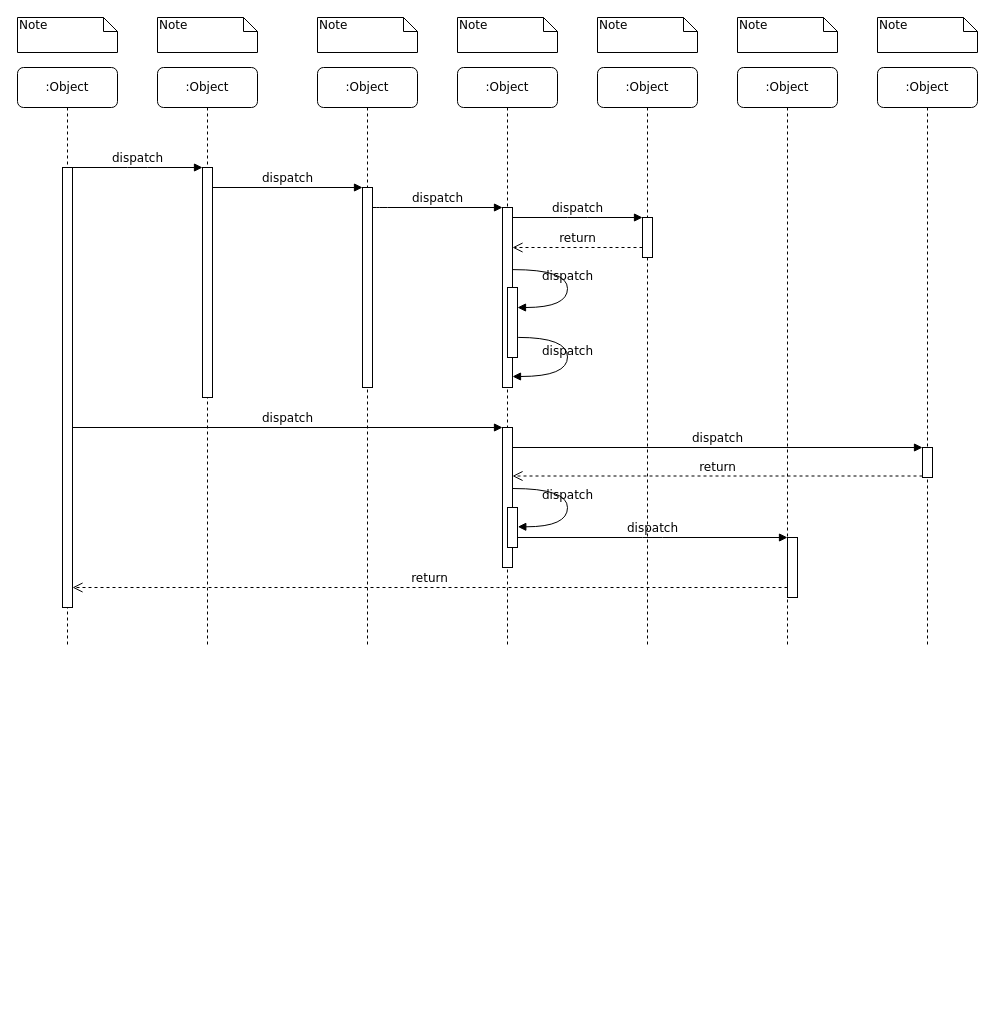
The draw.io diagram harvester-auth.drawio in aiwantaozi/draw, before the edit. Source tidied: cells renumbered, new cells numbered last; positions are measured from the earlier drawing's top-left corner, leaving out a move shared by most shapes. Both pictures are drawn from the tidied source at 100%, with x=0, y=0 at pixel (17, 17).
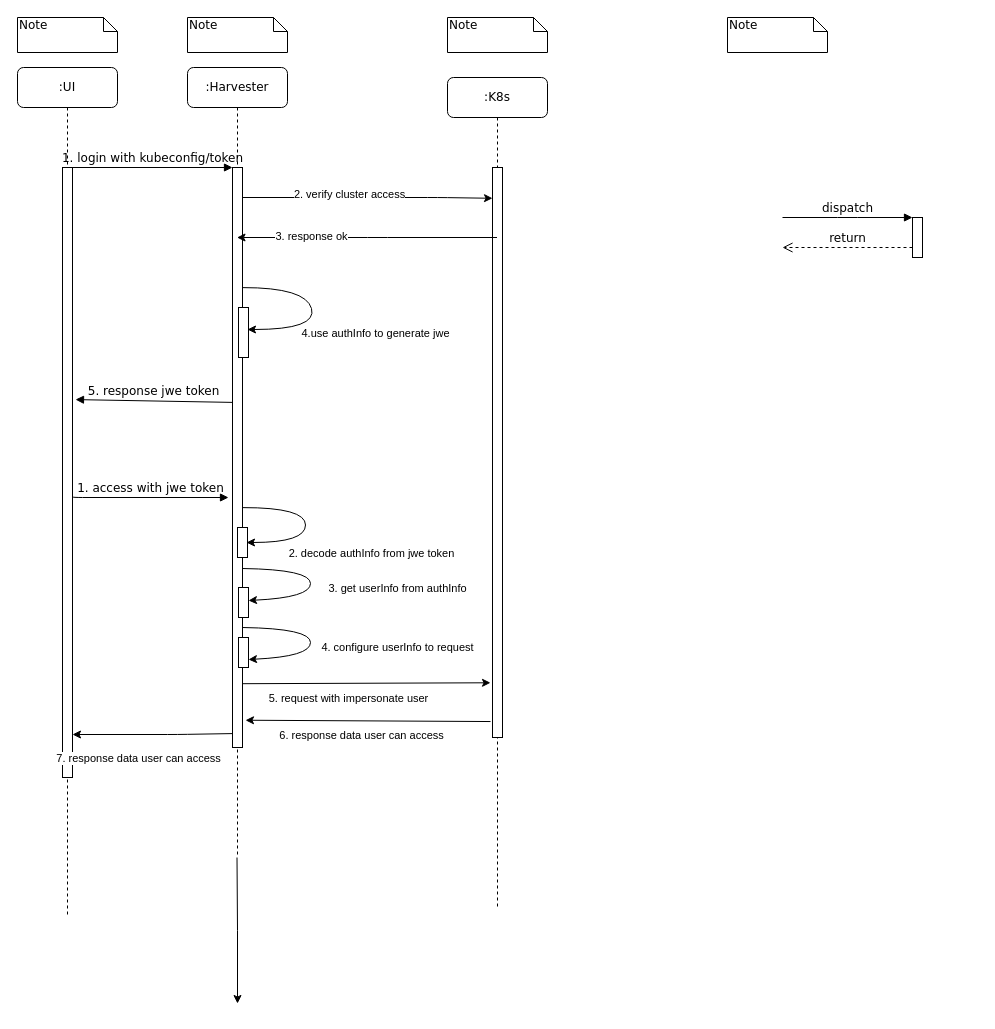
After the change.

The edit, as a diff of the source:
```diff
@@
+    <mxCell id="39" style="edgeStyle=orthogonalEdgeStyle;rounded=0;jettySize=auto;html=1;" parent="1" edge="1" source="2">
+      <mxGeometry relative="1" as="geometry">
+        <mxPoint x="220" y="986" as="targetPoint" />
+      </mxGeometry>
+    </mxCell>
-    <mxCell id="2" value=":Object" style="shape=umlLifeline;perimeter=lifelinePerimeter;whiteSpace=wrap;html=1;outlineConnect=0;rounded=1;shadow=0;comic=0;labelBackgroundColor=none;strokeWidth=1;fontFamily=Verdana;fontSize=12;align=center;" parent="1" vertex="1">
-      <mxGeometry x="140" y="50" width="100" height="580" as="geometry" />
+    <mxCell id="2" value=":Harvester" style="shape=umlLifeline;perimeter=lifelinePerimeter;whiteSpace=wrap;html=1;outlineConnect=0;rounded=1;shadow=0;comic=0;labelBackgroundColor=none;strokeWidth=1;fontFamily=Verdana;fontSize=12;align=center;" parent="1" vertex="1">
+      <mxGeometry x="170" y="50" width="100" height="790" as="geometry" />
     </mxCell>
     <mxCell id="3" style="html=1;points=[];perimeter=orthogonalPerimeter;rounded=0;shadow=0;comic=0;labelBackgroundColor=none;strokeWidth=1;fontFamily=Verdana;fontSize=12;align=center;" parent="2" vertex="1">
-      <mxGeometry x="45" y="100" width="10" height="230" as="geometry" />
+      <mxGeometry x="45" y="100" width="10" height="580" as="geometry" />
     </mxCell>
+    <mxCell id="40" style="html=1;perimeter=orthogonalPerimeter;rounded=0;shadow=0;comic=0;labelBackgroundColor=none;strokeWidth=1;fontFamily=Verdana;fontSize=12;align=center;" parent="2" vertex="1">
+      <mxGeometry x="51" y="240" width="10" height="50" as="geometry" />
+    </mxCell>
+    <mxCell id="41" style="html=1;perimeter=orthogonalPerimeter;rounded=0;shadow=0;comic=0;labelBackgroundColor=none;strokeWidth=1;fontFamily=Verdana;fontSize=12;align=center;" parent="2" vertex="1">
+      <mxGeometry x="51" y="570" width="10" height="30" as="geometry" />
+    </mxCell>
+    <mxCell id="42" style="html=1;points=[];perimeter=orthogonalPerimeter;rounded=0;shadow=0;comic=0;labelBackgroundColor=none;strokeWidth=1;fontFamily=Verdana;fontSize=12;align=center;" parent="2" vertex="1">
+      <mxGeometry x="51" y="520" width="10" height="30" as="geometry" />
+    </mxCell>
-    <mxCell id="4" value=":Object" style="shape=umlLifeline;perimeter=lifelinePerimeter;whiteSpace=wrap;html=1;outlineConnect=0;rounded=1;shadow=0;comic=0;labelBackgroundColor=none;strokeWidth=1;fontFamily=Verdana;fontSize=12;align=center;" parent="1" vertex="1">
-      <mxGeometry x="300" y="50" width="100" height="580" as="geometry" />
+    <mxCell id="4" value=":K8s" style="shape=umlLifeline;perimeter=lifelinePerimeter;whiteSpace=wrap;html=1;outlineConnect=0;rounded=1;shadow=0;comic=0;labelBackgroundColor=none;strokeWidth=1;fontFamily=Verdana;fontSize=12;align=center;" parent="1" vertex="1">
+      <mxGeometry x="430" y="60" width="100" height="830" as="geometry" />
     </mxCell>
     <mxCell id="5" style="html=1;points=[];perimeter=orthogonalPerimeter;rounded=0;shadow=0;comic=0;labelBackgroundColor=none;strokeWidth=1;fontFamily=Verdana;fontSize=12;align=center;" parent="4" vertex="1">
-      <mxGeometry x="45" y="120" width="10" height="200" as="geometry" />
+      <mxGeometry x="45" y="90" width="10" height="570" as="geometry" />
     </mxCell>
-    <mxCell id="6" value=":Object" style="shape=umlLifeline;perimeter=lifelinePerimeter;whiteSpace=wrap;html=1;rounded=1;shadow=0;comic=0;labelBackgroundColor=none;strokeWidth=1;fontFamily=Verdana;fontSize=12;align=center;" parent="1" vertex="1">
-      <mxGeometry x="440" y="50" width="100" height="580" as="geometry" />
-    </mxCell>
-    <mxCell id="7" value=":Object" style="shape=umlLifeline;perimeter=lifelinePerimeter;whiteSpace=wrap;html=1;rounded=1;shadow=0;comic=0;labelBackgroundColor=none;strokeWidth=1;fontFamily=Verdana;fontSize=12;align=center;" parent="1" vertex="1">
-      <mxGeometry x="580" y="50" width="100" height="580" as="geometry" />
-    </mxCell>
-    <mxCell id="8" value=":Object" style="shape=umlLifeline;perimeter=lifelinePerimeter;whiteSpace=wrap;html=1;rounded=1;shadow=0;comic=0;labelBackgroundColor=none;strokeWidth=1;fontFamily=Verdana;fontSize=12;align=center;" parent="1" vertex="1">
-      <mxGeometry x="720" y="50" width="100" height="580" as="geometry" />
-    </mxCell>
-    <mxCell id="9" value=":Object" style="shape=umlLifeline;perimeter=lifelinePerimeter;whiteSpace=wrap;html=1;rounded=1;shadow=0;comic=0;labelBackgroundColor=none;strokeWidth=1;fontFamily=Verdana;fontSize=12;align=center;" parent="1" vertex="1">
-      <mxGeometry x="860" y="50" width="100" height="580" as="geometry" />
-    </mxCell>
-    <mxCell id="10" value=":Object" style="shape=umlLifeline;perimeter=lifelinePerimeter;whiteSpace=wrap;html=1;rounded=1;shadow=0;comic=0;labelBackgroundColor=none;strokeWidth=1;fontFamily=Verdana;fontSize=12;align=center;" parent="1" vertex="1">
-      <mxGeometry y="50" width="100" height="580" as="geometry" />
+    <mxCell id="10" value=":UI" style="shape=umlLifeline;perimeter=lifelinePerimeter;whiteSpace=wrap;html=1;rounded=1;shadow=0;comic=0;labelBackgroundColor=none;strokeWidth=1;fontFamily=Verdana;fontSize=12;align=center;" parent="1" vertex="1">
+      <mxGeometry y="50" width="100" height="850" as="geometry" />
     </mxCell>
     <mxCell id="11" style="html=1;points=[];perimeter=orthogonalPerimeter;rounded=0;shadow=0;comic=0;labelBackgroundColor=none;strokeWidth=1;fontFamily=Verdana;fontSize=12;align=center;" parent="10" vertex="1">
-      <mxGeometry x="45" y="100" width="10" height="440" as="geometry" />
+      <mxGeometry x="45" y="100" width="10" height="610" as="geometry" />
     </mxCell>
-    <mxCell id="12" style="html=1;points=[];perimeter=orthogonalPerimeter;rounded=0;shadow=0;comic=0;labelBackgroundColor=none;strokeWidth=1;fontFamily=Verdana;fontSize=12;align=center;" parent="1" vertex="1">
-      <mxGeometry x="485" y="190" width="10" height="180" as="geometry" />
-    </mxCell>
-    <mxCell id="13" value="dispatch" style="html=1;verticalAlign=bottom;endArrow=block;labelBackgroundColor=none;fontFamily=Verdana;fontSize=12;edgeStyle=elbowEdgeStyle;elbow=vertical;" parent="1" edge="1" source="5" target="12">
-      <mxGeometry relative="1" as="geometry">
-        <Array as="points">
-          <mxPoint x="360" y="190" />
-        </Array>
-      </mxGeometry>
-    </mxCell>
     <mxCell id="14" style="html=1;points=[];perimeter=orthogonalPerimeter;rounded=0;shadow=0;comic=0;labelBackgroundColor=none;strokeWidth=1;fontFamily=Verdana;fontSize=12;align=center;" parent="1" vertex="1">
-      <mxGeometry x="625" y="200" width="10" height="40" as="geometry" />
+      <mxGeometry x="895" y="200" width="10" height="40" as="geometry" />
     </mxCell>
-    <mxCell id="15" value="dispatch" style="html=1;verticalAlign=bottom;endArrow=block;entryX=0;entryY=0;labelBackgroundColor=none;fontFamily=Verdana;fontSize=12;edgeStyle=elbowEdgeStyle;elbow=vertical;" parent="1" edge="1" source="12" target="14">
-      <mxGeometry relative="1" as="geometry" />
+    <mxCell id="15" value="dispatch" style="html=1;verticalAlign=bottom;endArrow=block;entryX=0;entryY=0;labelBackgroundColor=none;fontFamily=Verdana;fontSize=12;edgeStyle=elbowEdgeStyle;elbow=vertical;" parent="1" edge="1" target="14">
+      <mxGeometry relative="1" as="geometry">
+        <mxPoint x="765" y="200" as="sourcePoint" />
+      </mxGeometry>
     </mxCell>
-    <mxCell id="16" value="return" style="html=1;verticalAlign=bottom;endArrow=open;dashed=1;endSize=8;labelBackgroundColor=none;fontFamily=Verdana;fontSize=12;edgeStyle=elbowEdgeStyle;elbow=vertical;" parent="1" edge="1" source="14" target="12">
+    <mxCell id="16" value="return" style="html=1;verticalAlign=bottom;endArrow=open;dashed=1;endSize=8;labelBackgroundColor=none;fontFamily=Verdana;fontSize=12;edgeStyle=elbowEdgeStyle;elbow=vertical;" parent="1" edge="1" source="14">
       <mxGeometry relative="1" as="geometry">
+        <mxPoint x="765" y="230" as="targetPoint" />
         <Array as="points">
-          <mxPoint x="570" y="230" />
-          <mxPoint x="600" y="230" />
+          <mxPoint x="840" y="230" />
+          <mxPoint x="870" y="230" />
         </Array>
       </mxGeometry>
     </mxCell>
-    <mxCell id="17" style="html=1;points=[];perimeter=orthogonalPerimeter;rounded=0;shadow=0;comic=0;labelBackgroundColor=none;strokeWidth=1;fontFamily=Verdana;fontSize=12;align=center;" parent="1" vertex="1">
-      <mxGeometry x="485" y="410" width="10" height="140" as="geometry" />
-    </mxCell>
-    <mxCell id="18" value="dispatch" style="html=1;verticalAlign=bottom;endArrow=block;entryX=0;entryY=0;labelBackgroundColor=none;fontFamily=Verdana;fontSize=12;" parent="1" edge="1" source="11" target="17">
-      <mxGeometry relative="1" as="geometry" />
+    <mxCell id="18" value="5. response jwe token" style="html=1;verticalAlign=bottom;endArrow=block;labelBackgroundColor=none;fontFamily=Verdana;fontSize=12;entryX=1.3;entryY=0.53;entryDx=0;entryDy=0;entryPerimeter=0;exitX=0;exitY=0.405;exitDx=0;exitDy=0;exitPerimeter=0;" parent="1" edge="1" source="3">
+      <mxGeometry relative="1" as="geometry">
+        <mxPoint x="58" y="382.1" as="targetPoint" />
+      </mxGeometry>
     </mxCell>
-    <mxCell id="19" style="html=1;points=[];perimeter=orthogonalPerimeter;rounded=0;shadow=0;comic=0;labelBackgroundColor=none;strokeColor=#000000;strokeWidth=1;fillColor=#FFFFFF;fontFamily=Verdana;fontSize=12;fontColor=#000000;align=center;" parent="1" vertex="1">
-      <mxGeometry x="905" y="430" width="10" height="30" as="geometry" />
-    </mxCell>
-    <mxCell id="20" value="dispatch" style="html=1;verticalAlign=bottom;endArrow=block;entryX=0;entryY=0;labelBackgroundColor=none;fontFamily=Verdana;fontSize=12;" parent="1" edge="1" source="17" target="19">
-      <mxGeometry relative="1" as="geometry" />
-    </mxCell>
-    <mxCell id="21" value="return" style="html=1;verticalAlign=bottom;endArrow=open;dashed=1;endSize=8;exitX=0;exitY=0.95;labelBackgroundColor=none;fontFamily=Verdana;fontSize=12;" parent="1" edge="1" source="19" target="17">
-      <mxGeometry relative="1" as="geometry" />
-    </mxCell>
-    <mxCell id="22" style="html=1;points=[];perimeter=orthogonalPerimeter;rounded=0;shadow=0;comic=0;labelBackgroundColor=none;strokeWidth=1;fontFamily=Verdana;fontSize=12;align=center;" parent="1" vertex="1">
-      <mxGeometry x="770" y="520" width="10" height="60" as="geometry" />
-    </mxCell>
-    <mxCell id="23" value="dispatch" style="html=1;verticalAlign=bottom;endArrow=block;entryX=0;entryY=0;labelBackgroundColor=none;fontFamily=Verdana;fontSize=12;edgeStyle=elbowEdgeStyle;elbow=vertical;" parent="1" edge="1" source="30" target="22">
-      <mxGeometry relative="1" as="geometry" />
-    </mxCell>
-    <mxCell id="24" value="return" style="html=1;verticalAlign=bottom;endArrow=open;dashed=1;endSize=8;labelBackgroundColor=none;fontFamily=Verdana;fontSize=12;edgeStyle=elbowEdgeStyle;elbow=vertical;" parent="1" edge="1" source="22" target="11">
-      <mxGeometry relative="1" as="geometry">
-        <Array as="points">
-          <mxPoint x="470" y="570" />
-        </Array>
-      </mxGeometry>
-    </mxCell>
-    <mxCell id="25" value="dispatch" style="html=1;verticalAlign=bottom;endArrow=block;entryX=0;entryY=0;labelBackgroundColor=none;fontFamily=Verdana;fontSize=12;edgeStyle=elbowEdgeStyle;elbow=vertical;" parent="1" edge="1" source="11" target="3">
+    <mxCell id="25" value="1. login with kubeconfig/token" style="html=1;verticalAlign=bottom;endArrow=block;entryX=0;entryY=0;labelBackgroundColor=none;fontFamily=Verdana;fontSize=12;edgeStyle=elbowEdgeStyle;elbow=vertical;" parent="1" edge="1" source="11" target="3">
       <mxGeometry relative="1" as="geometry" />
     </mxCell>
-    <mxCell id="26" value="dispatch" style="html=1;verticalAlign=bottom;endArrow=block;entryX=0;entryY=0;labelBackgroundColor=none;fontFamily=Verdana;fontSize=12;edgeStyle=elbowEdgeStyle;elbow=vertical;" parent="1" edge="1" source="3" target="5">
-      <mxGeometry relative="1" as="geometry" />
-    </mxCell>
-    <mxCell id="27" style="html=1;points=[];perimeter=orthogonalPerimeter;rounded=0;shadow=0;comic=0;labelBackgroundColor=none;strokeWidth=1;fontFamily=Verdana;fontSize=12;align=center;" parent="1" vertex="1">
-      <mxGeometry x="490" y="270" width="10" height="70" as="geometry" />
-    </mxCell>
-    <mxCell id="28" value="dispatch" style="html=1;verticalAlign=bottom;endArrow=block;labelBackgroundColor=none;fontFamily=Verdana;fontSize=12;elbow=vertical;edgeStyle=orthogonalEdgeStyle;curved=1;entryX=1;entryY=0.286;entryPerimeter=0;exitX=1.038;exitY=0.345;exitPerimeter=0;" parent="1" edge="1" source="12" target="27">
-      <mxGeometry relative="1" as="geometry">
-        <Array as="points">
-          <mxPoint x="550" y="252" />
-          <mxPoint x="550" y="290" />
-        </Array>
-      </mxGeometry>
-    </mxCell>
-    <mxCell id="29" value="dispatch" style="html=1;verticalAlign=bottom;endArrow=block;labelBackgroundColor=none;fontFamily=Verdana;fontSize=12;elbow=vertical;edgeStyle=orthogonalEdgeStyle;curved=1;exitX=1.066;exitY=0.713;exitPerimeter=0;" parent="1" edge="1" source="27">
-      <mxGeometry relative="1" as="geometry">
-        <mxPoint x="495" y="359" as="targetPoint" />
-        <Array as="points">
-          <mxPoint x="550" y="320" />
-          <mxPoint x="550" y="359" />
-        </Array>
-      </mxGeometry>
-    </mxCell>
-    <mxCell id="30" style="html=1;points=[];perimeter=orthogonalPerimeter;rounded=0;shadow=0;comic=0;labelBackgroundColor=none;strokeWidth=1;fontFamily=Verdana;fontSize=12;align=center;" parent="1" vertex="1">
-      <mxGeometry x="490" y="490" width="10" height="40" as="geometry" />
-    </mxCell>
-    <mxCell id="31" value="dispatch" style="html=1;verticalAlign=bottom;endArrow=block;labelBackgroundColor=none;fontFamily=Verdana;fontSize=12;elbow=vertical;edgeStyle=orthogonalEdgeStyle;curved=1;entryX=1;entryY=0.286;entryPerimeter=0;exitX=1.038;exitY=0.345;exitPerimeter=0;" parent="1" edge="1">
-      <mxGeometry relative="1" as="geometry">
-        <mxPoint x="495.3" y="471" as="sourcePoint" />
-        <mxPoint x="500.3" y="509.3" as="targetPoint" />
-        <Array as="points">
-          <mxPoint x="550" y="471" />
-          <mxPoint x="550" y="509" />
-        </Array>
-      </mxGeometry>
-    </mxCell>
@@
     <mxCell id="33" value="Note" style="shape=note;whiteSpace=wrap;html=1;size=14;verticalAlign=top;align=left;spacingTop=-6;rounded=0;shadow=0;comic=0;labelBackgroundColor=none;strokeWidth=1;fontFamily=Verdana;fontSize=12;" parent="1" vertex="1">
-      <mxGeometry x="140" width="100" height="35" as="geometry" />
+      <mxGeometry x="170" width="100" height="35" as="geometry" />
     </mxCell>
     <mxCell id="34" value="Note" style="shape=note;whiteSpace=wrap;html=1;size=14;verticalAlign=top;align=left;spacingTop=-6;rounded=0;shadow=0;comic=0;labelBackgroundColor=none;strokeWidth=1;fontFamily=Verdana;fontSize=12;" parent="1" vertex="1">
-      <mxGeometry x="300" width="100" height="35" as="geometry" />
+      <mxGeometry x="430" width="100" height="35" as="geometry" />
     </mxCell>
     <mxCell id="35" value="Note" style="shape=note;whiteSpace=wrap;html=1;size=14;verticalAlign=top;align=left;spacingTop=-6;rounded=0;shadow=0;comic=0;labelBackgroundColor=none;strokeWidth=1;fontFamily=Verdana;fontSize=12;" parent="1" vertex="1">
-      <mxGeometry x="440" width="100" height="35" as="geometry" />
+      <mxGeometry x="710" width="100" height="35" as="geometry" />
     </mxCell>
-    <mxCell id="36" value="Note" style="shape=note;whiteSpace=wrap;html=1;size=14;verticalAlign=top;align=left;spacingTop=-6;rounded=0;shadow=0;comic=0;labelBackgroundColor=none;strokeWidth=1;fontFamily=Verdana;fontSize=12;" parent="1" vertex="1">
-      <mxGeometry x="580" width="100" height="35" as="geometry" />
-    </mxCell>
-    <mxCell id="37" value="Note" style="shape=note;whiteSpace=wrap;html=1;size=14;verticalAlign=top;align=left;spacingTop=-6;rounded=0;shadow=0;comic=0;labelBackgroundColor=none;strokeWidth=1;fontFamily=Verdana;fontSize=12;" parent="1" vertex="1">
-      <mxGeometry x="720" width="100" height="35" as="geometry" />
-    </mxCell>
-    <mxCell id="38" value="Note" style="shape=note;whiteSpace=wrap;html=1;size=14;verticalAlign=top;align=left;spacingTop=-6;rounded=0;shadow=0;comic=0;labelBackgroundColor=none;strokeWidth=1;fontFamily=Verdana;fontSize=12;" parent="1" vertex="1">
-      <mxGeometry x="860" width="100" height="35" as="geometry" />
-    </mxCell>
+    <mxCell id="43" style="endArrow=classic;html=1;entryX=0;entryY=0.054;entryDx=0;entryDy=0;entryPerimeter=0;" parent="1" edge="1" source="3" target="5">
+      <mxGeometry relative="1" as="geometry">
+        <Array as="points">
+          <mxPoint x="420" y="180" />
+        </Array>
+      </mxGeometry>
+    </mxCell>
+    <mxCell id="44" value="2. verify cluster access" style="edgeLabel;html=1;align=center;verticalAlign=middle;" parent="43" vertex="1">
+      <mxGeometry x="-0.48" y="4" relative="1" as="geometry">
+        <mxPoint x="41" as="offset" />
+      </mxGeometry>
+    </mxCell>
+    <mxCell id="45" style="endArrow=classic;html=1;" parent="1" edge="1" source="4" target="2">
+      <mxGeometry relative="1" as="geometry">
+        <Array as="points">
+          <mxPoint x="360" y="220" />
+        </Array>
+      </mxGeometry>
+    </mxCell>
+    <mxCell id="46" value="3. response ok" style="edgeLabel;html=1;align=center;verticalAlign=middle;" parent="45" vertex="1">
+      <mxGeometry x="0.43" y="-2" relative="1" as="geometry" />
+    </mxCell>
+    <mxCell id="47" style="curved=1;endArrow=classic;html=1;exitX=1.2;exitY=0.095;exitDx=0;exitDy=0;exitPerimeter=0;entryX=1.1;entryY=0.217;entryDx=0;entryDy=0;entryPerimeter=0;" parent="1" edge="1">
+      <mxGeometry relative="1" as="geometry">
+        <mxPoint x="225" y="270.1" as="sourcePoint" />
+        <mxPoint x="230" y="312" as="targetPoint" />
+        <Array as="points">
+          <mxPoint x="288" y="270" />
+          <mxPoint x="300" y="312" />
+        </Array>
+      </mxGeometry>
+    </mxCell>
+    <mxCell id="48" value="4.use authInfo to generate jwe" style="edgeLabel;html=1;align=center;verticalAlign=middle;" parent="47" vertex="1">
+      <mxGeometry x="-0.65" y="-1" relative="1" as="geometry">
+        <mxPoint x="101" y="44.8" as="offset" />
+      </mxGeometry>
+    </mxCell>
+    <mxCell id="49" value="1. access with jwe token" style="html=1;verticalAlign=bottom;endArrow=block;labelBackgroundColor=none;fontFamily=Verdana;fontSize=12;edgeStyle=elbowEdgeStyle;elbow=vertical;entryX=-0.4;entryY=0.584;entryDx=0;entryDy=0;entryPerimeter=0;exitX=1;exitY=0.539;exitDx=0;exitDy=0;exitPerimeter=0;" parent="1" edge="1" source="11">
+      <mxGeometry relative="1" as="geometry">
+        <mxPoint x="211" y="479.9" as="targetPoint" />
+        <Array as="points">
+          <mxPoint x="130" y="480" />
+        </Array>
+      </mxGeometry>
+    </mxCell>
+    <mxCell id="50" style="html=1;points=[];perimeter=orthogonalPerimeter;rounded=0;shadow=0;comic=0;labelBackgroundColor=none;strokeWidth=1;fontFamily=Verdana;fontSize=12;align=center;" parent="1" vertex="1">
+      <mxGeometry x="220" y="510" width="10" height="30" as="geometry" />
+    </mxCell>
+    <mxCell id="51" style="curved=1;endArrow=classic;html=1;exitX=1.2;exitY=0.095;exitDx=0;exitDy=0;exitPerimeter=0;entryX=0.9;entryY=0.5;entryDx=0;entryDy=0;entryPerimeter=0;" parent="1" edge="1" target="50">
+      <mxGeometry relative="1" as="geometry">
+        <mxPoint x="225" y="490.1" as="sourcePoint" />
+        <Array as="points">
+          <mxPoint x="288" y="490" />
+          <mxPoint x="288" y="525" />
+        </Array>
+      </mxGeometry>
+    </mxCell>
+    <mxCell id="52" value="2. decode authInfo from jwe token" style="edgeLabel;html=1;align=center;verticalAlign=middle;" parent="51" vertex="1">
+      <mxGeometry x="-0.65" y="-1" relative="1" as="geometry">
+        <mxPoint x="101" y="44.8" as="offset" />
+      </mxGeometry>
+    </mxCell>
+    <mxCell id="53" style="curved=1;endArrow=classic;html=1;entryX=1;entryY=0.433;entryDx=0;entryDy=0;entryPerimeter=0;exitX=1;exitY=0.735;exitDx=0;exitDy=0;exitPerimeter=0;" parent="1" edge="1" target="42">
+      <mxGeometry relative="1" as="geometry">
+        <mxPoint x="225" y="551" as="sourcePoint" />
+        <Array as="points">
+          <mxPoint x="293" y="552" />
+          <mxPoint x="293" y="580" />
+        </Array>
+      </mxGeometry>
+    </mxCell>
+    <mxCell id="54" value="3. get userInfo from authInfo" style="edgeLabel;html=1;align=center;verticalAlign=middle;" parent="53" vertex="1">
+      <mxGeometry x="-0.65" y="-1" relative="1" as="geometry">
+        <mxPoint x="127" y="17.6" as="offset" />
+      </mxGeometry>
+    </mxCell>
+    <mxCell id="55" style="curved=1;endArrow=classic;html=1;entryX=1;entryY=0.433;entryDx=0;entryDy=0;entryPerimeter=0;exitX=1;exitY=0.735;exitDx=0;exitDy=0;exitPerimeter=0;" parent="1" edge="1">
+      <mxGeometry relative="1" as="geometry">
+        <mxPoint x="225" y="610" as="sourcePoint" />
+        <mxPoint x="231" y="642" as="targetPoint" />
+        <Array as="points">
+          <mxPoint x="293" y="611" />
+          <mxPoint x="293" y="639" />
+        </Array>
+      </mxGeometry>
+    </mxCell>
+    <mxCell id="56" value="4. configure userInfo to request" style="edgeLabel;html=1;align=center;verticalAlign=middle;" parent="55" vertex="1">
+      <mxGeometry x="-0.65" y="-1" relative="1" as="geometry">
+        <mxPoint x="127" y="17.6" as="offset" />
+      </mxGeometry>
+    </mxCell>
+    <mxCell id="57" style="endArrow=classic;html=1;exitX=1;exitY=0.89;exitDx=0;exitDy=0;exitPerimeter=0;entryX=-0.2;entryY=0.904;entryDx=0;entryDy=0;entryPerimeter=0;" parent="1" edge="1" source="3" target="5">
+      <mxGeometry relative="1" as="geometry" />
+    </mxCell>
+    <mxCell id="58" value="5. request with impersonate user" style="edgeLabel;html=1;align=center;verticalAlign=middle;" parent="57" vertex="1">
+      <mxGeometry x="-0.52" y="-2" relative="1" as="geometry">
+        <mxPoint x="45" y="12.3" as="offset" />
+      </mxGeometry>
+    </mxCell>
+    <mxCell id="59" style="endArrow=classic;html=1;exitX=-0.2;exitY=0.972;exitDx=0;exitDy=0;exitPerimeter=0;entryX=1.3;entryY=0.953;entryDx=0;entryDy=0;entryPerimeter=0;" parent="1" edge="1" source="5" target="3">
+      <mxGeometry relative="1" as="geometry" />
+    </mxCell>
+    <mxCell id="60" value="6. response data user can access" style="edgeLabel;html=1;align=center;verticalAlign=middle;" parent="59" vertex="1">
+      <mxGeometry x="0.45" y="-3" relative="1" as="geometry">
+        <mxPoint x="48" y="17.7" as="offset" />
+      </mxGeometry>
+    </mxCell>
+    <mxCell id="61" style="endArrow=classic;html=1;exitX=0;exitY=0.976;exitDx=0;exitDy=0;exitPerimeter=0;" parent="1" edge="1" source="3" target="11">
+      <mxGeometry relative="1" as="geometry">
+        <Array as="points">
+          <mxPoint x="160" y="717" />
+        </Array>
+      </mxGeometry>
+    </mxCell>
+    <mxCell id="62" value="7. response data user can access" style="edgeLabel;html=1;align=center;verticalAlign=middle;" parent="61" vertex="1">
+      <mxGeometry x="0.68" y="1" relative="1" as="geometry">
+        <mxPoint x="39" y="22" as="offset" />
+      </mxGeometry>
+    </mxCell>
```
